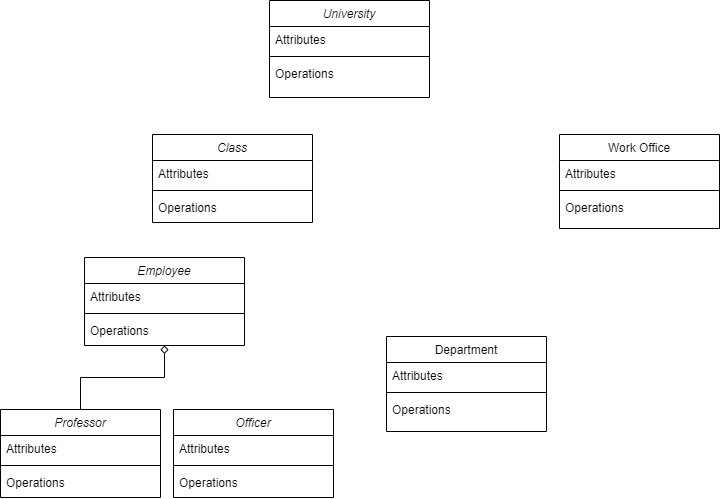
Earlier version of the draw.io export javaBasics-Patika.dev/oop/universityManagementSystem.png (emreyldrm/Course). Source tidied: cells renumbered, new cells last; positions are measured from the earlier drawing's top-left corner, leaving out a move shared by most shapes.
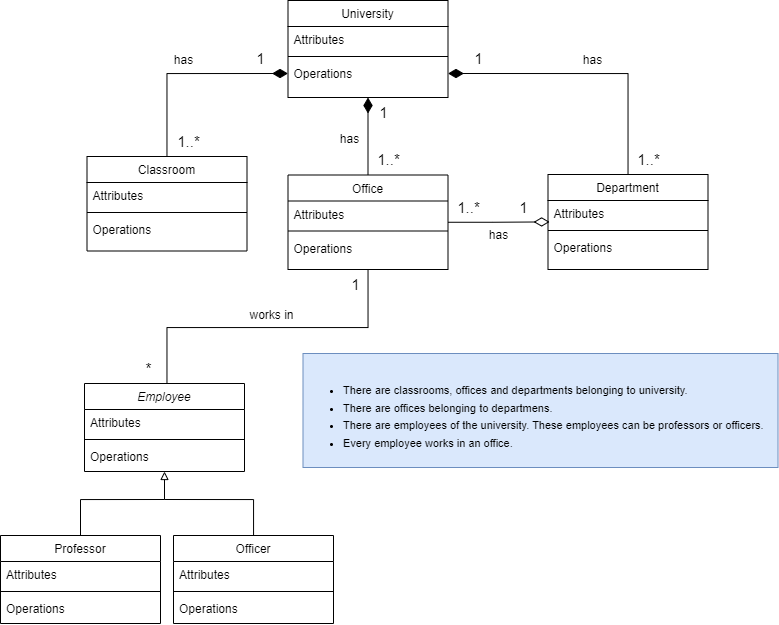
The same diagram one commit later.

What changed in the source:
```diff
@@ -2,8 +2,11 @@
   <root>
     <mxCell id="0" />
     <mxCell id="1" parent="0" />
+    <mxCell id="31" style="edgeStyle=orthogonalEdgeStyle;rounded=0;jettySize=auto;html=1;entryX=0;entryY=0.5;entryDx=0;entryDy=0;endArrow=diamondThin;endFill=1;endSize=13;" parent="1" edge="1" source="2" target="17">
+      <mxGeometry relative="1" as="geometry" />
+    </mxCell>
-    <mxCell id="2" value="Class" style="swimlane;fontStyle=2;align=center;verticalAlign=top;horizontal=1;startSize=26;rounded=0;shadow=0;strokeWidth=1;labelBackgroundColor=none;" parent="1" vertex="1">
-      <mxGeometry x="152" y="134" width="160" height="88" as="geometry" />
+    <mxCell id="2" value="Classroom" style="swimlane;fontStyle=0;align=center;verticalAlign=top;horizontal=1;startSize=26;rounded=0;shadow=0;strokeWidth=1;labelBackgroundColor=none;" parent="1" vertex="1">
+      <mxGeometry x="52.5" y="197" width="160" height="94.5" as="geometry" />
     </mxCell>
     <mxCell id="3" value="Attributes" style="text;align=left;verticalAlign=top;spacingLeft=4;spacingRight=4;overflow=hidden;labelBackgroundColor=none;" parent="2" vertex="1">
       <mxGeometry y="26" width="160" height="26" as="geometry" />
@@ -14,8 +17,11 @@
     <mxCell id="5" value="Operations" style="text;align=left;verticalAlign=top;spacingLeft=4;spacingRight=4;overflow=hidden;labelBackgroundColor=none;" parent="2" vertex="1">
       <mxGeometry y="60" width="160" height="26" as="geometry" />
     </mxCell>
+    <mxCell id="32" style="edgeStyle=orthogonalEdgeStyle;rounded=0;jettySize=auto;html=1;entryX=1;entryY=0.5;entryDx=0;entryDy=0;endArrow=diamondThin;endFill=1;endSize=13;" parent="1" edge="1" source="6" target="17">
+      <mxGeometry relative="1" as="geometry" />
+    </mxCell>
     <mxCell id="6" value="Department" style="swimlane;fontStyle=0;align=center;verticalAlign=top;horizontal=1;startSize=26;rounded=0;shadow=0;strokeWidth=1;labelBackgroundColor=none;" parent="1" vertex="1">
-      <mxGeometry x="386" y="336" width="160" height="95" as="geometry" />
+      <mxGeometry x="513.5" y="215" width="160" height="95" as="geometry" />
     </mxCell>
     <mxCell id="7" value="Attributes" style="text;align=left;verticalAlign=top;spacingLeft=4;spacingRight=4;overflow=hidden;points=[[0,0.5],[1,0.5]];portConstraint=eastwest;labelBackgroundColor=none;" parent="6" vertex="1">
       <mxGeometry y="26" width="160" height="26" as="geometry" />
@@ -26,8 +32,20 @@
     <mxCell id="9" value="Operations" style="text;align=left;verticalAlign=top;spacingLeft=4;spacingRight=4;overflow=hidden;fontStyle=0;labelBackgroundColor=none;" parent="6" vertex="1">
       <mxGeometry y="60" width="160" height="26" as="geometry" />
     </mxCell>
+    <mxCell id="33" style="edgeStyle=orthogonalEdgeStyle;rounded=0;jettySize=auto;html=1;entryX=0.5;entryY=1;entryDx=0;entryDy=0;endArrow=diamondThin;endFill=1;strokeWidth=1;endSize=13;" parent="1" edge="1" source="10" target="14">
+      <mxGeometry relative="1" as="geometry" />
+    </mxCell>
+    <mxCell id="34" style="edgeStyle=orthogonalEdgeStyle;rounded=0;jettySize=auto;html=1;entryX=0.5;entryY=0;entryDx=0;entryDy=0;endArrow=none;endFill=0;" parent="1" edge="1" source="10" target="18">
+      <mxGeometry relative="1" as="geometry">
+        <Array as="points">
+          <mxPoint x="333.5" y="368" />
+          <mxPoint x="132.5" y="368" />
+          <mxPoint x="132.5" y="424" />
+        </Array>
+      </mxGeometry>
+    </mxCell>
-    <mxCell id="10" value="Work Office" style="swimlane;fontStyle=0;align=center;verticalAlign=top;horizontal=1;startSize=26;rounded=0;shadow=0;strokeWidth=1;labelBackgroundColor=none;" parent="1" vertex="1">
-      <mxGeometry x="559" y="134" width="160" height="94" as="geometry" />
+    <mxCell id="10" value="Office" style="swimlane;fontStyle=0;align=center;verticalAlign=top;horizontal=1;startSize=26;rounded=0;shadow=0;strokeWidth=1;labelBackgroundColor=none;" parent="1" vertex="1">
+      <mxGeometry x="253.5" y="215.5" width="160" height="94.5" as="geometry" />
     </mxCell>
     <mxCell id="11" value="Attributes" style="text;align=left;verticalAlign=top;spacingLeft=4;spacingRight=4;overflow=hidden;labelBackgroundColor=none;" parent="10" vertex="1">
       <mxGeometry y="26" width="160" height="26" as="geometry" />
@@ -38,8 +56,8 @@
     <mxCell id="13" value="Operations" style="text;align=left;verticalAlign=top;spacingLeft=4;spacingRight=4;overflow=hidden;labelBackgroundColor=none;" parent="10" vertex="1">
       <mxGeometry y="60" width="160" height="26" as="geometry" />
     </mxCell>
-    <mxCell id="14" value="University" style="swimlane;fontStyle=2;align=center;verticalAlign=top;horizontal=1;startSize=26;rounded=0;shadow=0;strokeWidth=1;labelBackgroundColor=none;" parent="1" vertex="1">
-      <mxGeometry x="269" width="160" height="97" as="geometry" />
+    <mxCell id="14" value="University" style="swimlane;fontStyle=0;align=center;verticalAlign=top;horizontal=1;startSize=26;rounded=0;shadow=0;strokeWidth=1;labelBackgroundColor=none;" parent="1" vertex="1">
+      <mxGeometry x="253.5" y="41" width="160" height="97" as="geometry" />
     </mxCell>
     <mxCell id="15" value="Attributes" style="text;align=left;verticalAlign=top;spacingLeft=4;spacingRight=4;overflow=hidden;labelBackgroundColor=none;" parent="14" vertex="1">
       <mxGeometry y="26" width="160" height="26" as="geometry" />
@@ -51,7 +69,7 @@
       <mxGeometry y="60" width="160" height="26" as="geometry" />
     </mxCell>
     <mxCell id="18" value="Employee" style="swimlane;fontStyle=2;align=center;verticalAlign=top;horizontal=1;startSize=26;rounded=0;shadow=0;strokeWidth=1;labelBackgroundColor=none;" parent="1" vertex="1">
-      <mxGeometry x="84" y="257" width="160" height="88" as="geometry" />
+      <mxGeometry x="50" y="424" width="160" height="88" as="geometry" />
     </mxCell>
     <mxCell id="19" value="Attributes" style="text;align=left;verticalAlign=top;spacingLeft=4;spacingRight=4;overflow=hidden;labelBackgroundColor=none;" parent="18" vertex="1">
       <mxGeometry y="26" width="160" height="26" as="geometry" />
@@ -62,11 +80,15 @@
     <mxCell id="21" value="Operations" style="text;align=left;verticalAlign=top;spacingLeft=4;spacingRight=4;overflow=hidden;labelBackgroundColor=none;" parent="18" vertex="1">
       <mxGeometry y="60" width="160" height="26" as="geometry" />
     </mxCell>
-    <mxCell id="22" style="edgeStyle=orthogonalEdgeStyle;rounded=0;jettySize=auto;html=1;entryX=0.5;entryY=1;entryDx=0;entryDy=0;endArrow=diamond;endFill=0;" parent="1" edge="1" source="23" target="18">
-      <mxGeometry relative="1" as="geometry" />
-    </mxCell>
+    <mxCell id="35" style="edgeStyle=orthogonalEdgeStyle;rounded=0;jettySize=auto;html=1;endArrow=none;endFill=0;" parent="1" edge="1" source="23" target="38">
+      <mxGeometry relative="1" as="geometry">
+        <Array as="points">
+          <mxPoint x="46" y="540" />
+        </Array>
+      </mxGeometry>
+    </mxCell>
-    <mxCell id="23" value="Professor" style="swimlane;fontStyle=2;align=center;verticalAlign=top;horizontal=1;startSize=26;rounded=0;shadow=0;strokeWidth=1;labelBackgroundColor=none;" parent="1" vertex="1">
-      <mxGeometry y="409" width="160" height="88" as="geometry" />
+    <mxCell id="23" value="Professor" style="swimlane;fontStyle=0;align=center;verticalAlign=top;horizontal=1;startSize=26;rounded=0;shadow=0;strokeWidth=1;labelBackgroundColor=none;" parent="1" vertex="1">
+      <mxGeometry x="-34" y="576" width="160" height="88" as="geometry" />
     </mxCell>
     <mxCell id="24" value="Attributes" style="text;align=left;verticalAlign=top;spacingLeft=4;spacingRight=4;overflow=hidden;labelBackgroundColor=none;" parent="23" vertex="1">
       <mxGeometry y="26" width="160" height="26" as="geometry" />
@@ -77,8 +99,15 @@
     <mxCell id="26" value="Operations" style="text;align=left;verticalAlign=top;spacingLeft=4;spacingRight=4;overflow=hidden;labelBackgroundColor=none;" parent="23" vertex="1">
       <mxGeometry y="60" width="160" height="26" as="geometry" />
     </mxCell>
+    <mxCell id="36" style="edgeStyle=orthogonalEdgeStyle;rounded=0;jettySize=auto;html=1;endArrow=none;endFill=0;" parent="1" edge="1" source="27" target="38">
+      <mxGeometry relative="1" as="geometry">
+        <Array as="points">
+          <mxPoint x="219" y="540" />
+        </Array>
+      </mxGeometry>
+    </mxCell>
-    <mxCell id="27" value="Officer" style="swimlane;fontStyle=2;align=center;verticalAlign=top;horizontal=1;startSize=26;rounded=0;shadow=0;strokeWidth=1;labelBackgroundColor=none;" parent="1" vertex="1">
-      <mxGeometry x="173" y="409" width="160" height="88" as="geometry" />
+    <mxCell id="27" value="Officer" style="swimlane;fontStyle=0;align=center;verticalAlign=top;horizontal=1;startSize=26;rounded=0;shadow=0;strokeWidth=1;labelBackgroundColor=none;" parent="1" vertex="1">
+      <mxGeometry x="139" y="576" width="160" height="88" as="geometry" />
     </mxCell>
     <mxCell id="28" value="Attributes" style="text;align=left;verticalAlign=top;spacingLeft=4;spacingRight=4;overflow=hidden;labelBackgroundColor=none;" parent="27" vertex="1">
       <mxGeometry y="26" width="160" height="26" as="geometry" />
@@ -89,5 +118,62 @@
     <mxCell id="30" value="Operations" style="text;align=left;verticalAlign=top;spacingLeft=4;spacingRight=4;overflow=hidden;labelBackgroundColor=none;" parent="27" vertex="1">
       <mxGeometry y="60" width="160" height="26" as="geometry" />
     </mxCell>
+    <mxCell id="37" style="edgeStyle=orthogonalEdgeStyle;rounded=0;jettySize=auto;html=1;entryX=0.5;entryY=1;entryDx=0;entryDy=0;endArrow=block;endFill=0;" parent="1" edge="1" source="38" target="18">
+      <mxGeometry relative="1" as="geometry" />
+    </mxCell>
+    <mxCell id="38" style="shape=waypoint;sketch=0;fillStyle=solid;size=6;points=[];fillColor=none;perimeter=centerPerimeter;snapToPoint=1;strokeColor=none;" parent="1" vertex="1">
+      <mxGeometry x="120" y="530" width="20" height="20" as="geometry" />
+    </mxCell>
+    <mxCell id="39" value="&lt;div style=&quot;font-size: 11px;&quot;&gt;&lt;font style=&quot;font-size: 11px;&quot;&gt;&lt;br style=&quot;font-size: 11px;&quot;&gt;&lt;/font&gt;&lt;/div&gt;&lt;ul style=&quot;line-height: 160%; font-size: 11px;&quot;&gt;&lt;li style=&quot;font-size: 11px;&quot;&gt;&lt;font style=&quot;font-size: 11px;&quot;&gt;There are classrooms, offices and departments belonging to university.&lt;/font&gt;&lt;/li&gt;&lt;li style=&quot;font-size: 11px;&quot;&gt;&lt;font style=&quot;font-size: 11px;&quot;&gt;There are offices belonging to departmens.&amp;nbsp;&lt;/font&gt;&lt;/li&gt;&lt;li style=&quot;font-size: 11px;&quot;&gt;&lt;font style=&quot;font-size: 11px;&quot;&gt;There are employees of the university. These employees can be professors or officers.&lt;/font&gt;&lt;/li&gt;&lt;li style=&quot;font-size: 11px;&quot;&gt;&lt;font style=&quot;font-size: 11px;&quot;&gt;Every employee works in an office.&lt;/font&gt;&lt;/li&gt;&lt;/ul&gt;" style="text;html=1;align=left;verticalAlign=middle;strokeColor=#6c8ebf;fillColor=#dae8fc;spacing=0;fontSize=11;strokeWidth=1;" parent="1" vertex="1">
+      <mxGeometry x="268.5" y="394" width="475" height="114" as="geometry" />
+    </mxCell>
+    <mxCell id="40" value="&lt;font style=&quot;font-size: 15px;&quot;&gt;1&lt;/font&gt;" style="text;html=1;align=center;verticalAlign=middle;strokeColor=none;fillColor=none;" parent="1" vertex="1">
+      <mxGeometry x="431.5" y="84" width="26" height="30" as="geometry" />
+    </mxCell>
+    <mxCell id="41" value="&lt;font style=&quot;font-size: 15px;&quot;&gt;1&lt;/font&gt;" style="text;html=1;align=center;verticalAlign=middle;strokeColor=none;fillColor=none;" parent="1" vertex="1">
+      <mxGeometry x="335.5" y="138" width="26" height="30" as="geometry" />
+    </mxCell>
+    <mxCell id="42" value="has" style="text;html=1;align=center;verticalAlign=middle;strokeColor=none;fillColor=none;" parent="1" vertex="1">
+      <mxGeometry x="539.5" y="88" width="37" height="26" as="geometry" />
+    </mxCell>
+    <mxCell id="43" value="has" style="text;html=1;align=center;verticalAlign=middle;strokeColor=none;fillColor=none;fontSize=12;" parent="1" vertex="1">
+      <mxGeometry x="445.5" y="263" width="37" height="26" as="geometry" />
+    </mxCell>
+    <mxCell id="44" value="&lt;font style=&quot;font-size: 15px;&quot;&gt;1..*&lt;/font&gt;" style="text;html=1;align=center;verticalAlign=middle;strokeColor=none;fillColor=none;" parent="1" vertex="1">
+      <mxGeometry x="593.5" y="185" width="41" height="30" as="geometry" />
+    </mxCell>
+    <mxCell id="45" value="&lt;font style=&quot;font-size: 15px;&quot;&gt;1..*&lt;/font&gt;" style="text;html=1;align=center;verticalAlign=middle;strokeColor=none;fillColor=none;" parent="1" vertex="1">
+      <mxGeometry x="333.5" y="185" width="41" height="30" as="geometry" />
+    </mxCell>
+    <mxCell id="46" style="edgeStyle=orthogonalEdgeStyle;rounded=0;jettySize=auto;html=1;entryX=0.01;entryY=0.823;entryDx=0;entryDy=0;entryPerimeter=0;endArrow=diamondThin;endFill=0;endSize=13;" parent="1" edge="1" source="10" target="7">
+      <mxGeometry relative="1" as="geometry" />
+    </mxCell>
+    <mxCell id="47" value="&lt;font style=&quot;font-size: 15px;&quot;&gt;1&lt;/font&gt;" style="text;html=1;align=center;verticalAlign=middle;strokeColor=none;fillColor=none;" parent="1" vertex="1">
+      <mxGeometry x="476.5" y="233" width="26" height="30" as="geometry" />
+    </mxCell>
+    <mxCell id="48" value="&lt;font style=&quot;font-size: 15px;&quot;&gt;1..*&lt;/font&gt;" style="text;html=1;align=center;verticalAlign=middle;strokeColor=none;fillColor=none;" parent="1" vertex="1">
+      <mxGeometry x="413.5" y="233" width="41" height="30" as="geometry" />
+    </mxCell>
+    <mxCell id="49" value="has" style="text;html=1;align=center;verticalAlign=middle;strokeColor=none;fillColor=none;fontSize=12;" parent="1" vertex="1">
+      <mxGeometry x="296.5" y="167" width="37" height="26" as="geometry" />
+    </mxCell>
+    <mxCell id="50" value="&lt;font style=&quot;font-size: 15px;&quot;&gt;1&lt;/font&gt;" style="text;html=1;align=center;verticalAlign=middle;strokeColor=none;fillColor=none;" parent="1" vertex="1">
+      <mxGeometry x="307.5" y="310" width="26" height="30" as="geometry" />
+    </mxCell>
+    <mxCell id="51" value="works in" style="text;html=1;align=center;verticalAlign=middle;strokeColor=none;fillColor=none;fontSize=12;" parent="1" vertex="1">
+      <mxGeometry x="206.5" y="343" width="62" height="26" as="geometry" />
+    </mxCell>
+    <mxCell id="52" value="&lt;font style=&quot;font-size: 15px;&quot;&gt;*&lt;/font&gt;" style="text;html=1;align=center;verticalAlign=middle;strokeColor=none;fillColor=none;" parent="1" vertex="1">
+      <mxGeometry x="101.5" y="394" width="24" height="30" as="geometry" />
+    </mxCell>
+    <mxCell id="53" value="&lt;font style=&quot;font-size: 15px;&quot;&gt;1..*&lt;/font&gt;" style="text;html=1;align=center;verticalAlign=middle;strokeColor=none;fillColor=none;" parent="1" vertex="1">
+      <mxGeometry x="133.5" y="167" width="41" height="30" as="geometry" />
+    </mxCell>
+    <mxCell id="54" value="&lt;font style=&quot;font-size: 15px;&quot;&gt;1&lt;/font&gt;" style="text;html=1;align=center;verticalAlign=middle;strokeColor=none;fillColor=none;" parent="1" vertex="1">
+      <mxGeometry x="212.5" y="84" width="26" height="30" as="geometry" />
+    </mxCell>
+    <mxCell id="55" value="has" style="text;html=1;align=center;verticalAlign=middle;strokeColor=none;fillColor=none;fontSize=12;" parent="1" vertex="1">
+      <mxGeometry x="130.5" y="88" width="37" height="26" as="geometry" />
+    </mxCell>
   </root>
 </mxGraphModel>
```
